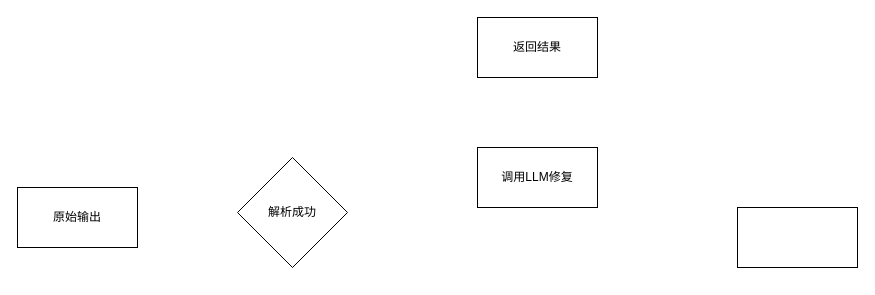
ChengziMao/picture keeps this draw.io diagram as 大模型修复.drawio. Above is the earlier version. Source tidied: cells renumbered, new cells numbered last; positions are measured from the earlier drawing's top-left corner, leaving out a move shared by most shapes. Both pictures are drawn from the tidied source at 100%, with x=0, y=0 at pixel (17, 17).
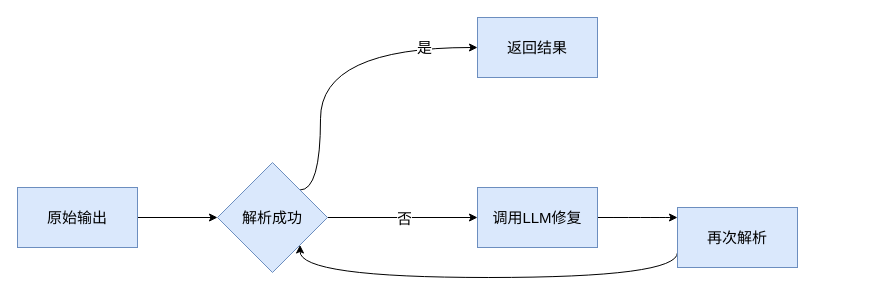
Above is the later version.

Commit message:
更新大模型修复.drawio

Diff of the diagram source:
```diff
@@
 <mxGraphModel>
   <root>
     <mxCell id="0" />
     <mxCell id="1" parent="0" />
+    <mxCell id="7" style="edgeStyle=orthogonalEdgeStyle;rounded=0;jettySize=auto;html=1;entryX=0;entryY=0.5;entryDx=0;entryDy=0;fontSize=15;" parent="1" edge="1" source="2" target="3">
+      <mxGeometry relative="1" as="geometry" />
+    </mxCell>
-    <mxCell id="2" value="原始输出" style="rounded=0;whiteSpace=wrap;html=1;" parent="1" vertex="1">
+    <mxCell id="2" value="原始输出" style="rounded=0;whiteSpace=wrap;html=1;fontSize=15;fillColor=#dae8fc;strokeColor=#6c8ebf;" parent="1" vertex="1">
       <mxGeometry y="170" width="120" height="60" as="geometry" />
     </mxCell>
+    <mxCell id="8" style="edgeStyle=orthogonalEdgeStyle;rounded=0;jettySize=auto;html=1;exitX=1;exitY=0;exitDx=0;exitDy=0;entryX=0;entryY=0.5;entryDx=0;entryDy=0;curved=1;fontSize=15;" parent="1" edge="1" source="3" target="4">
+      <mxGeometry relative="1" as="geometry">
+        <Array as="points">
+          <mxPoint x="303" y="30" />
+        </Array>
+      </mxGeometry>
+    </mxCell>
+    <mxCell id="9" value="是" style="edgeLabel;html=1;align=center;verticalAlign=middle;fontSize=15;" parent="8" vertex="1">
+      <mxGeometry x="0.66" y="1" relative="1" as="geometry" />
+    </mxCell>
+    <mxCell id="10" style="edgeStyle=orthogonalEdgeStyle;rounded=0;jettySize=auto;html=1;entryX=0;entryY=0.5;entryDx=0;entryDy=0;fontSize=15;" parent="1" edge="1" source="3" target="5">
+      <mxGeometry relative="1" as="geometry" />
+    </mxCell>
+    <mxCell id="11" value="否" style="edgeLabel;html=1;align=center;verticalAlign=middle;fontSize=15;" parent="10" vertex="1">
+      <mxGeometry x="0.01" relative="1" as="geometry" />
+    </mxCell>
-    <mxCell id="3" value="解析成功" style="rhombus;whiteSpace=wrap;html=1;" parent="1" vertex="1">
-      <mxGeometry x="220" y="140" width="110" height="110" as="geometry" />
+    <mxCell id="3" value="解析成功" style="rhombus;whiteSpace=wrap;html=1;fontSize=15;fillColor=#dae8fc;strokeColor=#6c8ebf;" parent="1" vertex="1">
+      <mxGeometry x="200" y="145" width="110" height="110" as="geometry" />
     </mxCell>
-    <mxCell id="4" value="返回结果" style="rounded=0;whiteSpace=wrap;html=1;" parent="1" vertex="1">
+    <mxCell id="4" value="返回结果" style="rounded=0;whiteSpace=wrap;html=1;fontSize=15;fillColor=#dae8fc;strokeColor=#6c8ebf;" parent="1" vertex="1">
       <mxGeometry x="460" width="120" height="60" as="geometry" />
     </mxCell>
+    <mxCell id="12" style="edgeStyle=orthogonalEdgeStyle;rounded=0;jettySize=auto;html=1;curved=1;" parent="1" edge="1" source="5" target="6">
+      <mxGeometry relative="1" as="geometry">
+        <Array as="points">
+          <mxPoint x="650" y="200" />
+          <mxPoint x="650" y="200" />
+        </Array>
+      </mxGeometry>
+    </mxCell>
-    <mxCell id="5" value="调用LLM修复" style="rounded=0;whiteSpace=wrap;html=1;" parent="1" vertex="1">
-      <mxGeometry x="460" y="130" width="120" height="60" as="geometry" />
+    <mxCell id="5" value="调用LLM修复" style="rounded=0;whiteSpace=wrap;html=1;fontSize=15;fillColor=#dae8fc;strokeColor=#6c8ebf;" parent="1" vertex="1">
+      <mxGeometry x="460" y="170" width="120" height="60" as="geometry" />
     </mxCell>
+    <mxCell id="13" style="edgeStyle=orthogonalEdgeStyle;rounded=0;jettySize=auto;html=1;exitX=0;exitY=0.75;exitDx=0;exitDy=0;entryX=1;entryY=1;entryDx=0;entryDy=0;curved=1;" parent="1" edge="1" source="6" target="3">
+      <mxGeometry relative="1" as="geometry">
+        <Array as="points">
+          <mxPoint x="660" y="260" />
+          <mxPoint x="283" y="260" />
+        </Array>
+      </mxGeometry>
+    </mxCell>
-    <mxCell id="6" style="rounded=0;whiteSpace=wrap;html=1;" parent="1" vertex="1">
-      <mxGeometry x="720" y="190" width="120" height="60" as="geometry" />
+    <mxCell id="6" value="再次解析" style="rounded=0;whiteSpace=wrap;html=1;fontSize=15;fillColor=#dae8fc;strokeColor=#6c8ebf;" parent="1" vertex="1">
+      <mxGeometry x="660" y="190" width="120" height="60" as="geometry" />
     </mxCell>
   </root>
 </mxGraphModel>
```
